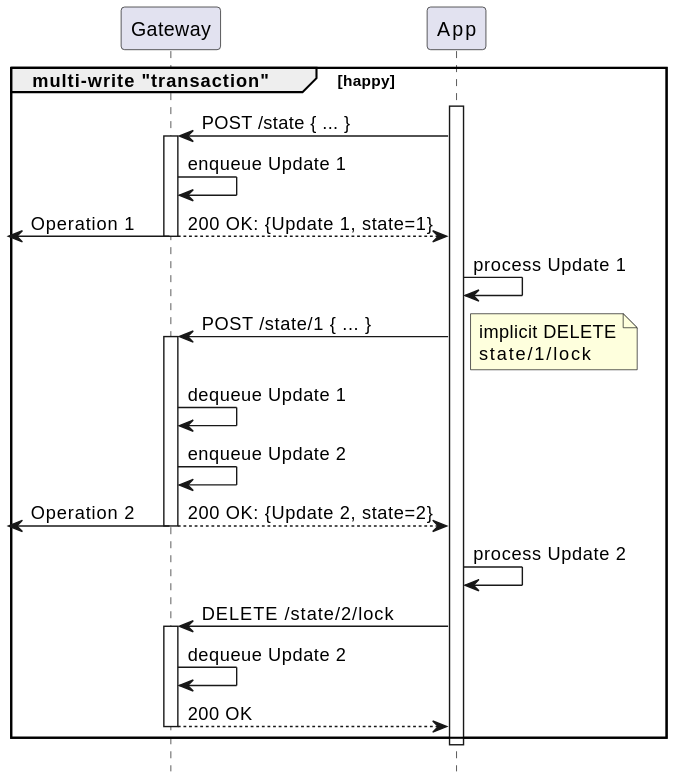
m-ld/m-ld-gateway keeps this PlantUML diagram as architecture/api/http/img/4-multi-write.seq.svg. Above is the earlier version. Source of this version:
```plantuml
@startuml
!pragma teoz true
hide footbox

participant Gateway as gw
participant "App" as app

group multi-write "transaction" [happy]
activate app
app -> gw ++: POST /state { ... }
gw -> gw: enqueue Update 1
return 200 OK: {Update 1, state=1}
& <- gw: Operation 1
app -> app: process Update 1
app -> gw ++: POST /state/1 { ... }
note right
implicit DELETE
state/1/lock
end note
gw -> gw: dequeue Update 1
gw -> gw: enqueue Update 2
return 200 OK: {Update 2, state=2}
& <- gw: Operation 2
app -> app: process Update 2
app -> gw ++: DELETE /state/2/lock
gw -> gw: dequeue Update 2
return 200 OK
deactivate app
end group

@enduml
```
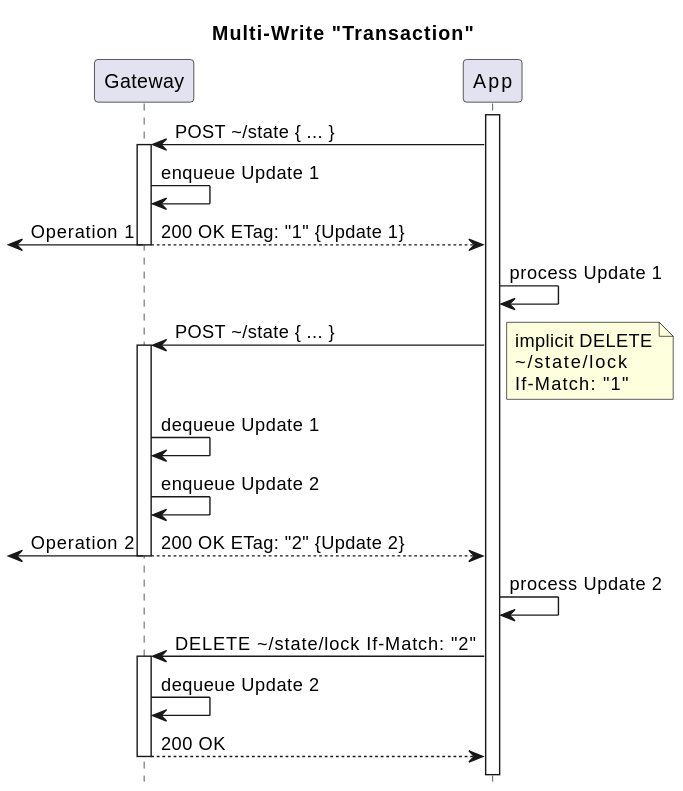
The same file after the commit.

Change to the diagram source:
```diff
@@ -2,30 +2,31 @@
 !pragma teoz true
 hide footbox
 
+title: Multi-Write "Transaction"
+
 participant Gateway as gw
 participant "App" as app
 
-group multi-write "transaction" [happy]
 activate app
-app -> gw ++: POST /state { ... }
+app -> gw ++: POST \~/state { ... }
 gw -> gw: enqueue Update 1
-return 200 OK: {Update 1, state=1}
+return 200 OK ETag: "1" {Update 1}
 & <- gw: Operation 1
 app -> app: process Update 1
-app -> gw ++: POST /state/1 { ... }
+app -> gw ++: POST \~/state { ... }
 note right
 implicit DELETE
-state/1/lock
+\~/state/lock
+If-Match: "1"
 end note
 gw -> gw: dequeue Update 1
 gw -> gw: enqueue Update 2
-return 200 OK: {Update 2, state=2}
+return 200 OK ETag: "2" {Update 2}
 & <- gw: Operation 2
 app -> app: process Update 2
-app -> gw ++: DELETE /state/2/lock
+app -> gw ++: DELETE \~/state/lock If-Match: "2"
 gw -> gw: dequeue Update 2
 return 200 OK
 deactivate app
-end group
 
 @enduml
```
